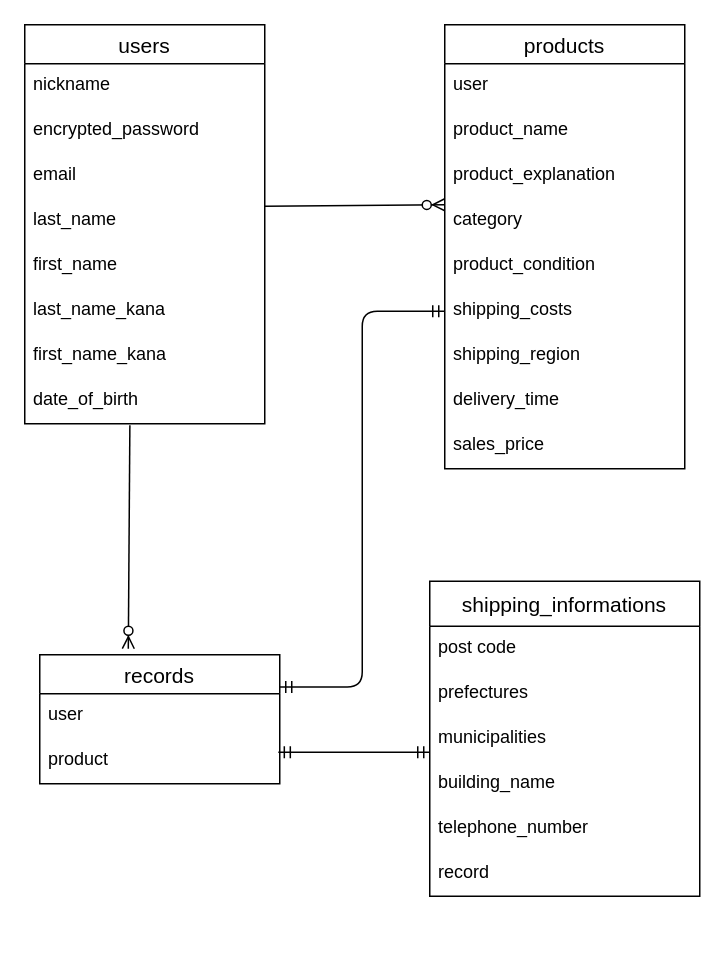
The draw.io diagram test.dio in jbt21050/furima-41692, before the edit. Source tidied: cells renumbered, new cells numbered last; positions are measured from the earlier drawing's top-left corner, leaving out a move shared by most shapes. Both pictures are drawn from the tidied source at 150%, with x=0, y=0 at pixel (24, 24).
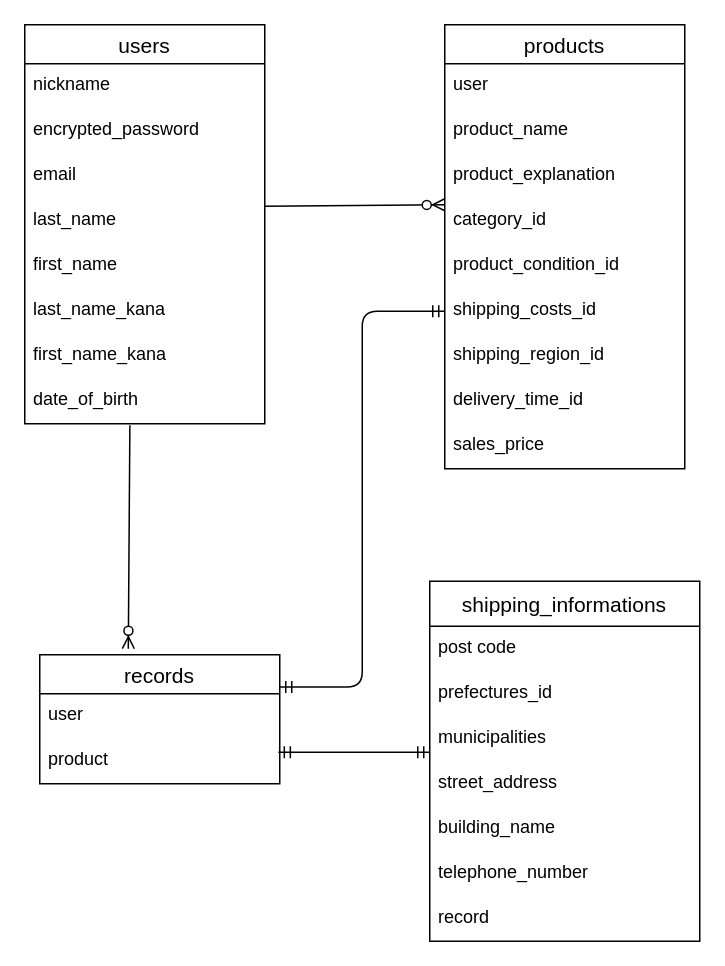
Above is the later version.

Commit message (it also covers changes not shown here):
ER図・README修正

Unchanged cells that the change refers to:
```xml
<mxCell id="2" value="products" style="swimlane;fontStyle=0;horizontal=1;startSize=26;align=center;fontSize=14;" parent="1" vertex="1">
  <mxGeometry x="280" width="160" height="296" as="geometry" />
</mxCell>
```

The edit, as a diff of the source:
```diff
@@
-    <mxCell id="6" value="category" style="text;strokeColor=none;fillColor=none;spacingLeft=4;spacingRight=4;overflow=hidden;fontSize=12;" parent="2" vertex="1">
+    <mxCell id="6" value="category_id" style="text;strokeColor=none;fillColor=none;spacingLeft=4;spacingRight=4;overflow=hidden;fontSize=12;" parent="2" vertex="1">
       <mxGeometry y="116" width="160" height="30" as="geometry" />
     </mxCell>
-    <mxCell id="7" value="product_condition" style="text;strokeColor=none;fillColor=none;spacingLeft=4;spacingRight=4;overflow=hidden;fontSize=12;" parent="2" vertex="1">
+    <mxCell id="7" value="product_condition_id" style="text;strokeColor=none;fillColor=none;spacingLeft=4;spacingRight=4;overflow=hidden;fontSize=12;" parent="2" vertex="1">
       <mxGeometry y="146" width="160" height="30" as="geometry" />
     </mxCell>
-    <mxCell id="8" value="shipping_costs" style="text;strokeColor=none;fillColor=none;spacingLeft=4;spacingRight=4;overflow=hidden;points=[[0,0.5],[1,0.5]];portConstraint=eastwest;fontSize=12;" parent="2" vertex="1">
+    <mxCell id="8" value="shipping_costs_id" style="text;strokeColor=none;fillColor=none;spacingLeft=4;spacingRight=4;overflow=hidden;points=[[0,0.5],[1,0.5]];portConstraint=eastwest;fontSize=12;" parent="2" vertex="1">
       <mxGeometry y="176" width="160" height="30" as="geometry" />
     </mxCell>
-    <mxCell id="9" value="shipping_region" style="text;strokeColor=none;fillColor=none;spacingLeft=4;spacingRight=4;overflow=hidden;fontSize=12;" parent="2" vertex="1">
+    <mxCell id="9" value="shipping_region_id" style="text;strokeColor=none;fillColor=none;spacingLeft=4;spacingRight=4;overflow=hidden;fontSize=12;" parent="2" vertex="1">
       <mxGeometry y="206" width="160" height="30" as="geometry" />
     </mxCell>
-    <mxCell id="10" value="delivery_time" style="text;strokeColor=none;fillColor=none;spacingLeft=4;spacingRight=4;overflow=hidden;fontSize=12;" parent="2" vertex="1">
+    <mxCell id="10" value="delivery_time_id" style="text;strokeColor=none;fillColor=none;spacingLeft=4;spacingRight=4;overflow=hidden;fontSize=12;" parent="2" vertex="1">
       <mxGeometry y="236" width="160" height="30" as="geometry" />
     </mxCell>
@@
     <mxCell id="21" value="shipping_informations" style="swimlane;fontStyle=0;horizontal=1;startSize=30;align=center;fontSize=14;" parent="1" vertex="1">
-      <mxGeometry x="270" y="371" width="180" height="210" as="geometry" />
+      <mxGeometry x="270" y="371" width="180" height="240" as="geometry" />
     </mxCell>
@@
-    <mxCell id="23" value="prefectures" style="text;strokeColor=none;fillColor=none;spacingLeft=4;spacingRight=4;overflow=hidden;fontSize=12;" parent="21" vertex="1">
+    <mxCell id="23" value="prefectures_id" style="text;strokeColor=none;fillColor=none;spacingLeft=4;spacingRight=4;overflow=hidden;fontSize=12;" parent="21" vertex="1">
       <mxGeometry y="60" width="180" height="30" as="geometry" />
     </mxCell>
@@
+    <mxCell id="35" value="street_address" style="text;strokeColor=none;fillColor=none;spacingLeft=4;spacingRight=4;overflow=hidden;fontSize=12;" parent="21" vertex="1">
+      <mxGeometry y="120" width="180" height="30" as="geometry" />
+    </mxCell>
     <mxCell id="25" value="building_name" style="text;strokeColor=none;fillColor=none;spacingLeft=4;spacingRight=4;overflow=hidden;fontSize=12;" parent="21" vertex="1">
-      <mxGeometry y="120" width="180" height="30" as="geometry" />
+      <mxGeometry y="150" width="180" height="30" as="geometry" />
     </mxCell>
     <mxCell id="26" value="telephone_number" style="text;strokeColor=none;fillColor=none;spacingLeft=4;spacingRight=4;overflow=hidden;fontSize=12;" parent="21" vertex="1">
-      <mxGeometry y="150" width="180" height="30" as="geometry" />
+      <mxGeometry y="180" width="180" height="30" as="geometry" />
     </mxCell>
     <mxCell id="27" value="record" style="text;strokeColor=none;fillColor=none;spacingLeft=4;spacingRight=4;overflow=hidden;fontSize=12;" parent="21" vertex="1">
-      <mxGeometry y="180" width="180" height="30" as="geometry" />
+      <mxGeometry y="210" width="180" height="30" as="geometry" />
     </mxCell>
```
